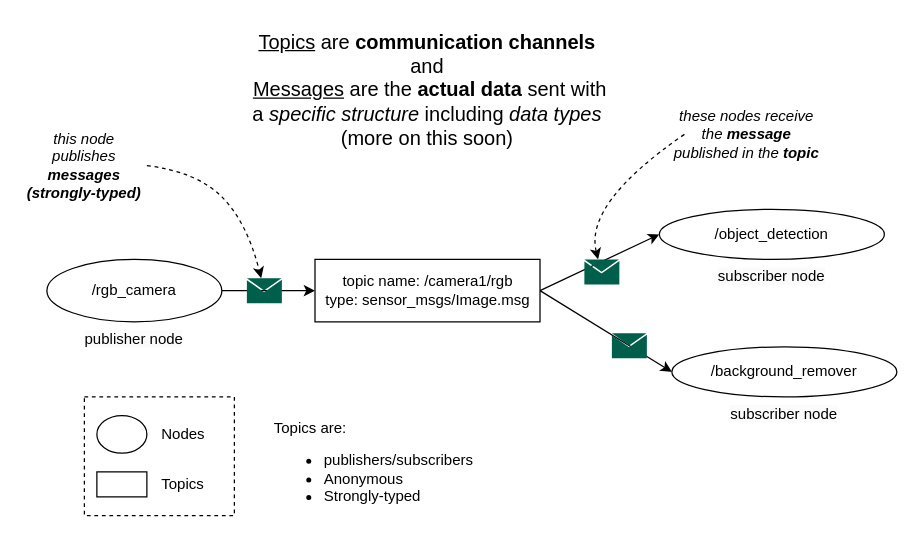
Above: page "topics" (7 of 8) of src/resources/ros.drawio in harleylara/robotics (draw.io), before the change. Source tidied: cells renumbered, new cells numbered last; positions are measured from the earlier drawing's top-left corner, leaving out a move shared by most shapes. Both pictures are drawn from the tidied source at 125%, with x=0, y=0 at pixel (21, 21).
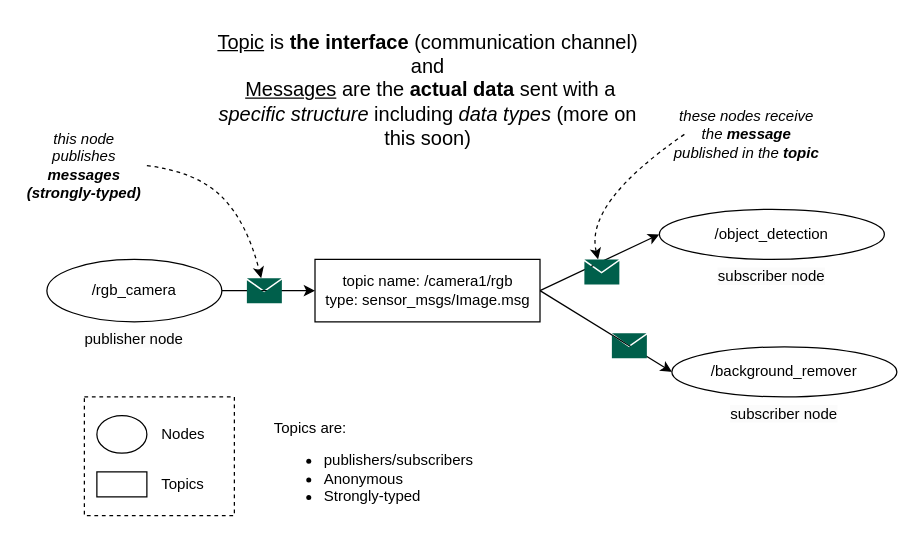
After the change.

Commit message:
fix ros with os support

What changed in the source:
```diff
@@
-    <mxCell id="24" value="&lt;u style=&quot;font-size: 16px;&quot;&gt;Topics&lt;/u&gt; are &lt;b style=&quot;font-size: 16px;&quot;&gt;communication channels&lt;br&gt;&lt;/b&gt;and&lt;br&gt;&amp;nbsp;&lt;u&gt;Messages&lt;/u&gt; are the &lt;b&gt;actual data&lt;/b&gt; sent with a &lt;i&gt;specific structure&lt;/i&gt; including &lt;i&gt;data types&lt;/i&gt; (more on this soon)" style="text;whiteSpace=wrap;html=1;align=center;fontSize=16;" parent="1" vertex="1">
-      <mxGeometry x="177" width="295" height="110" as="geometry" />
+    <mxCell id="24" value="&lt;u style=&quot;font-size: 16px;&quot;&gt;Topic&lt;/u&gt;&amp;nbsp;is &lt;b&gt;the interface&amp;nbsp;&lt;/b&gt;&lt;span style=&quot;font-size: 16px;&quot;&gt;(communication channel)&lt;br&gt;&lt;/span&gt;and&lt;br&gt;&amp;nbsp;&lt;u&gt;Messages&lt;/u&gt; are the &lt;b&gt;actual data&lt;/b&gt; sent with a &lt;i&gt;specific structure&lt;/i&gt; including &lt;i&gt;data types&lt;/i&gt; (more on this soon)" style="text;whiteSpace=wrap;html=1;align=center;fontSize=16;" parent="1" vertex="1">
+      <mxGeometry x="149.5" width="350" height="110" as="geometry" />
     </mxCell>
```
